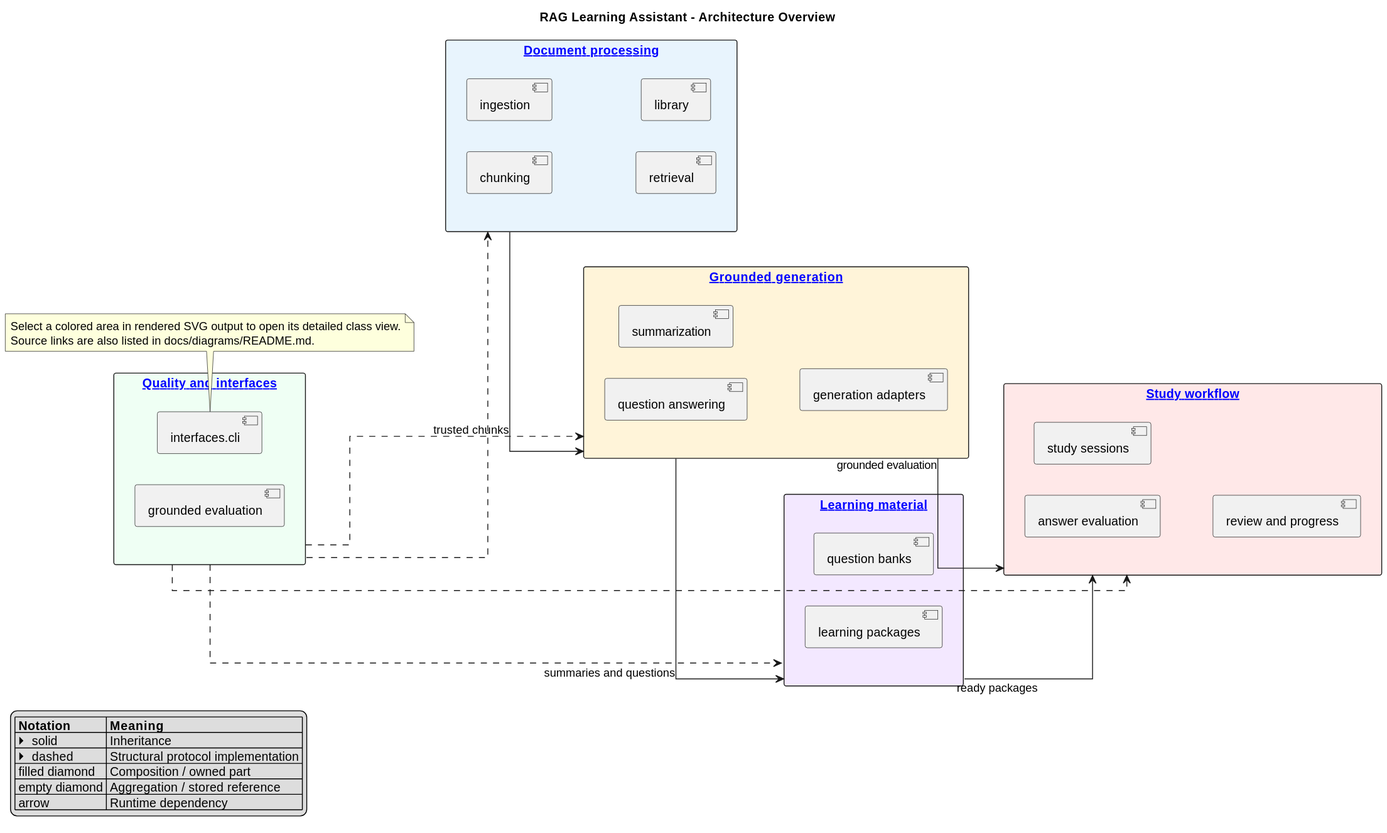
This is docs/class-overview.svg from ebe542/rag-learning-assistant, a PlantUML export, as it was before one commit.
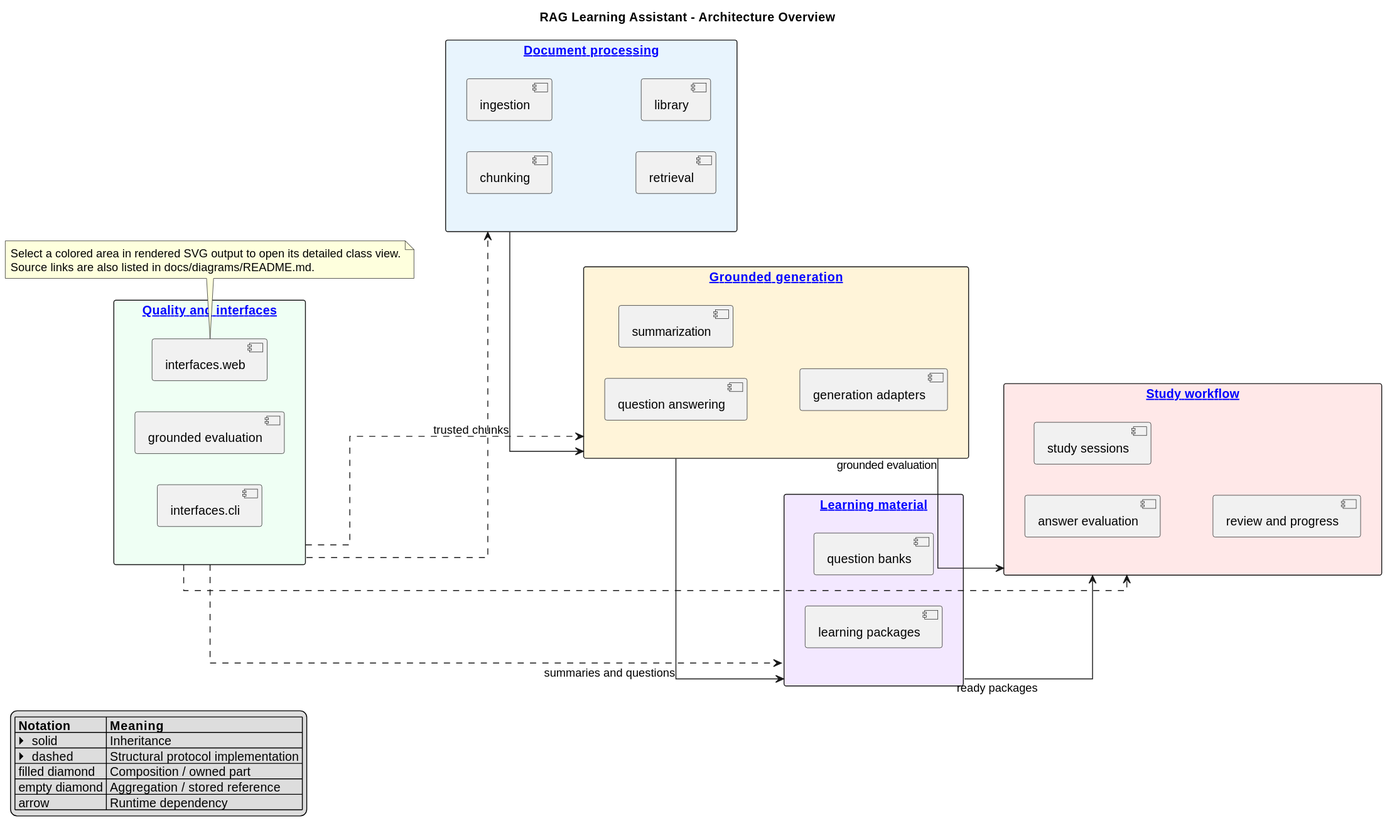
Above is the later version.

Change to the diagram source:
```diff
@@ -26,6 +26,7 @@
 package "[[diagrams/evaluation-interfaces.svg Quality and interfaces]]" as Interfaces #EFFFF4 {
   [grounded evaluation]
   [interfaces.cli]
+  [interfaces.web]
 }
 
 Documents --> Generation : trusted chunks
```
